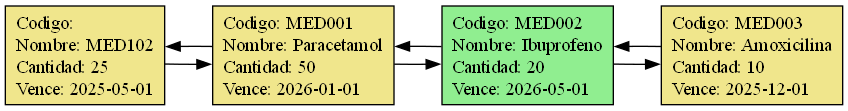
This is Reportes/inventario.png from adilzon/EDD_1S2026_PY_201908076, a Graphviz export, as it was before one commit. Its source is kept beside it as Reportes/inventario.dot.
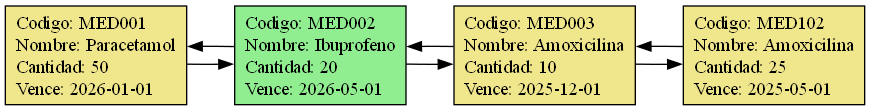
After the commit.

Diff of the diagram source:
```diff
@@ -1,14 +1,14 @@
 digraph Inventario {
 rankdir=LR;
 node [shape=record, style=filled];
-n0 [label="{Codigo: \lNombre: MED102\lCantidad: 25\lVence: 2025-05-01\l}", fillcolor="khaki"];
+n0 [label="{Codigo: MED001\lNombre: Paracetamol\lCantidad: 50\lVence: 2026-01-01\l}", fillcolor="khaki"];
 n0 -> n1;
 n1 -> n0;
-n1 [label="{Codigo: MED001\lNombre: Paracetamol\lCantidad: 50\lVence: 2026-01-01\l}", fillcolor="khaki"];
+n1 [label="{Codigo: MED002\lNombre: Ibuprofeno\lCantidad: 20\lVence: 2026-05-01\l}", fillcolor="lightgreen"];
 n1 -> n2;
 n2 -> n1;
-n2 [label="{Codigo: MED002\lNombre: Ibuprofeno\lCantidad: 20\lVence: 2026-05-01\l}", fillcolor="lightgreen"];
+n2 [label="{Codigo: MED003\lNombre: Amoxicilina\lCantidad: 10\lVence: 2025-12-01\l}", fillcolor="khaki"];
 n2 -> n3;
 n3 -> n2;
-n3 [label="{Codigo: MED003\lNombre: Amoxicilina\lCantidad: 10\lVence: 2025-12-01\l}", fillcolor="khaki"];
+n3 [label="{Codigo: MED102\lNombre: Amoxicilina\lCantidad: 25\lVence: 2025-05-01\l}", fillcolor="khaki"];
 }
```
